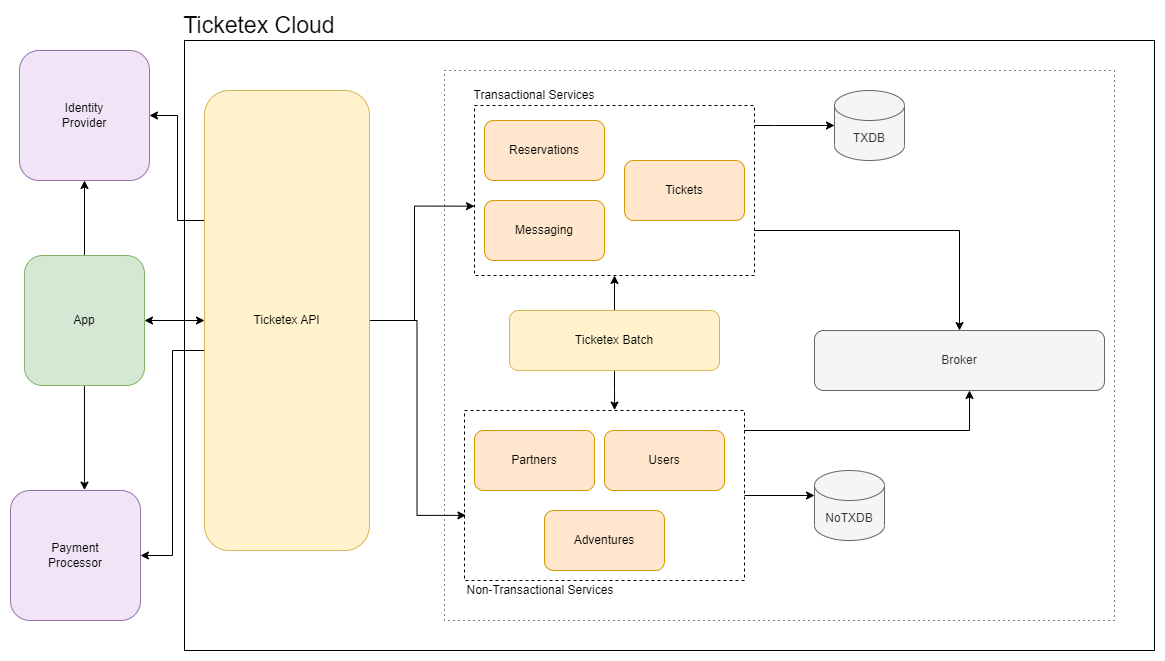
The draw.io diagram docs/img/arch-Arch(High).drawio.png in andrescosta/ticketex, before a commit. Source tidied: cells renumbered, new cells last; positions are measured from the earlier drawing's top-left corner, leaving out a move shared by most shapes.
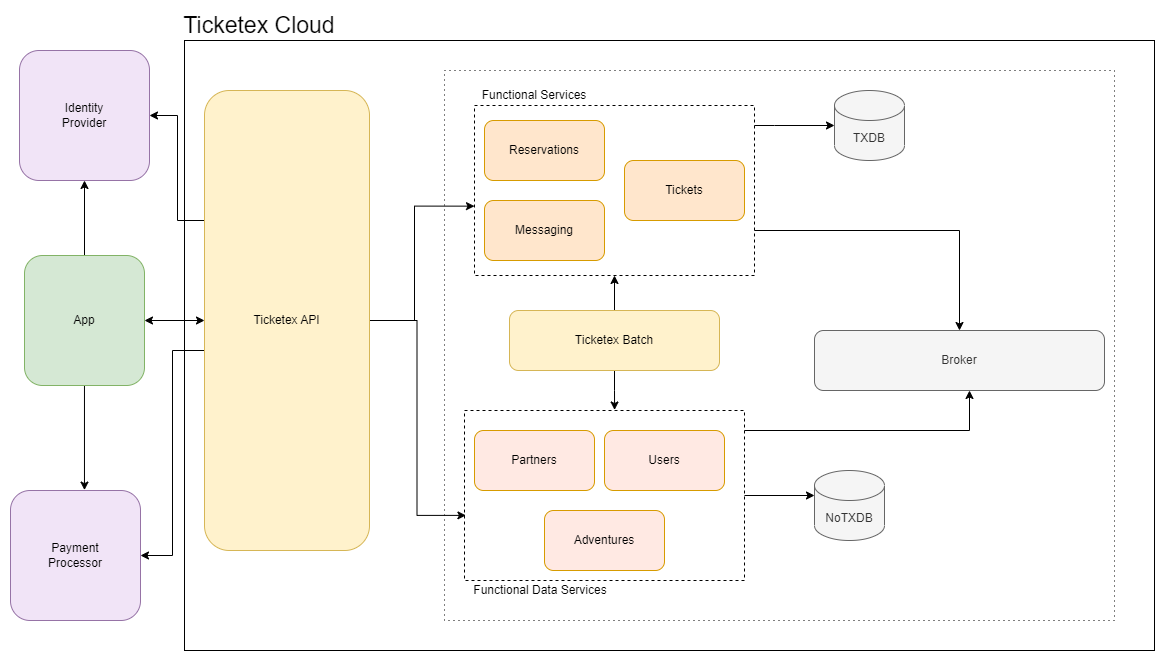
After the commit.

The edit, as a diff of the source:
```diff
@@ -59,10 +59,10 @@
     <mxCell id="15" value="Ticketex&amp;nbsp;Batch" style="rounded=1;whiteSpace=wrap;html=1;fillColor=#fff2cc;strokeColor=#d6b656;" parent="1" vertex="1">
       <mxGeometry x="499" y="300" width="210" height="60" as="geometry" />
     </mxCell>
-    <mxCell id="16" value="Partners" style="rounded=1;whiteSpace=wrap;html=1;fillColor=#ffe6cc;strokeColor=#d79b00;" parent="1" vertex="1">
+    <mxCell id="16" value="Partners" style="rounded=1;whiteSpace=wrap;html=1;fillColor=#FFE9E3;strokeColor=#d79b00;" parent="1" vertex="1">
       <mxGeometry x="464" y="420" width="120" height="60" as="geometry" />
     </mxCell>
-    <mxCell id="17" value="Users" style="rounded=1;whiteSpace=wrap;html=1;fillColor=#ffe6cc;strokeColor=#d79b00;" parent="1" vertex="1">
+    <mxCell id="17" value="Users" style="rounded=1;whiteSpace=wrap;html=1;fillColor=#FFE9E3;strokeColor=#d79b00;" parent="1" vertex="1">
       <mxGeometry x="594" y="420" width="120" height="60" as="geometry" />
     </mxCell>
     <mxCell id="18" style="edgeStyle=orthogonalEdgeStyle;rounded=0;jettySize=auto;html=1;" parent="1" edge="1" source="6" target="12">
@@ -102,13 +102,13 @@
     <mxCell id="25" value="TXDB" style="shape=cylinder3;whiteSpace=wrap;html=1;boundedLbl=1;backgroundOutline=1;size=15;fillColor=#f5f5f5;strokeColor=#666666;fontColor=#333333;" parent="1" vertex="1">
       <mxGeometry x="824" y="80" width="70" height="70" as="geometry" />
     </mxCell>
-    <mxCell id="26" value="Adventures" style="rounded=1;whiteSpace=wrap;html=1;fillColor=#ffe6cc;strokeColor=#d79b00;" parent="1" vertex="1">
+    <mxCell id="26" value="Adventures" style="rounded=1;whiteSpace=wrap;html=1;fillColor=#FFE9E3;strokeColor=#d79b00;" parent="1" vertex="1">
       <mxGeometry x="534" y="500" width="120" height="60" as="geometry" />
     </mxCell>
-    <mxCell id="27" value="Transactional Services" style="text;html=1;strokeColor=none;fillColor=none;align=center;verticalAlign=middle;whiteSpace=wrap;rounded=0;" parent="1" vertex="1">
+    <mxCell id="27" value="Functional Services" style="text;html=1;strokeColor=none;fillColor=none;align=center;verticalAlign=middle;whiteSpace=wrap;rounded=0;" parent="1" vertex="1">
       <mxGeometry x="444" y="70" width="160" height="30" as="geometry" />
     </mxCell>
-    <mxCell id="28" value="Non-Transactional Services" style="text;html=1;strokeColor=none;fillColor=none;align=center;verticalAlign=middle;whiteSpace=wrap;rounded=0;" parent="1" vertex="1">
+    <mxCell id="28" value="Functional Data Services" style="text;html=1;strokeColor=none;fillColor=none;align=center;verticalAlign=middle;whiteSpace=wrap;rounded=0;" parent="1" vertex="1">
       <mxGeometry x="450" y="565" width="160" height="30" as="geometry" />
     </mxCell>
     <mxCell id="29" style="edgeStyle=orthogonalEdgeStyle;rounded=0;jettySize=auto;html=1;startArrow=classic;startFill=1;" parent="1" edge="1" source="32" target="11">
```
